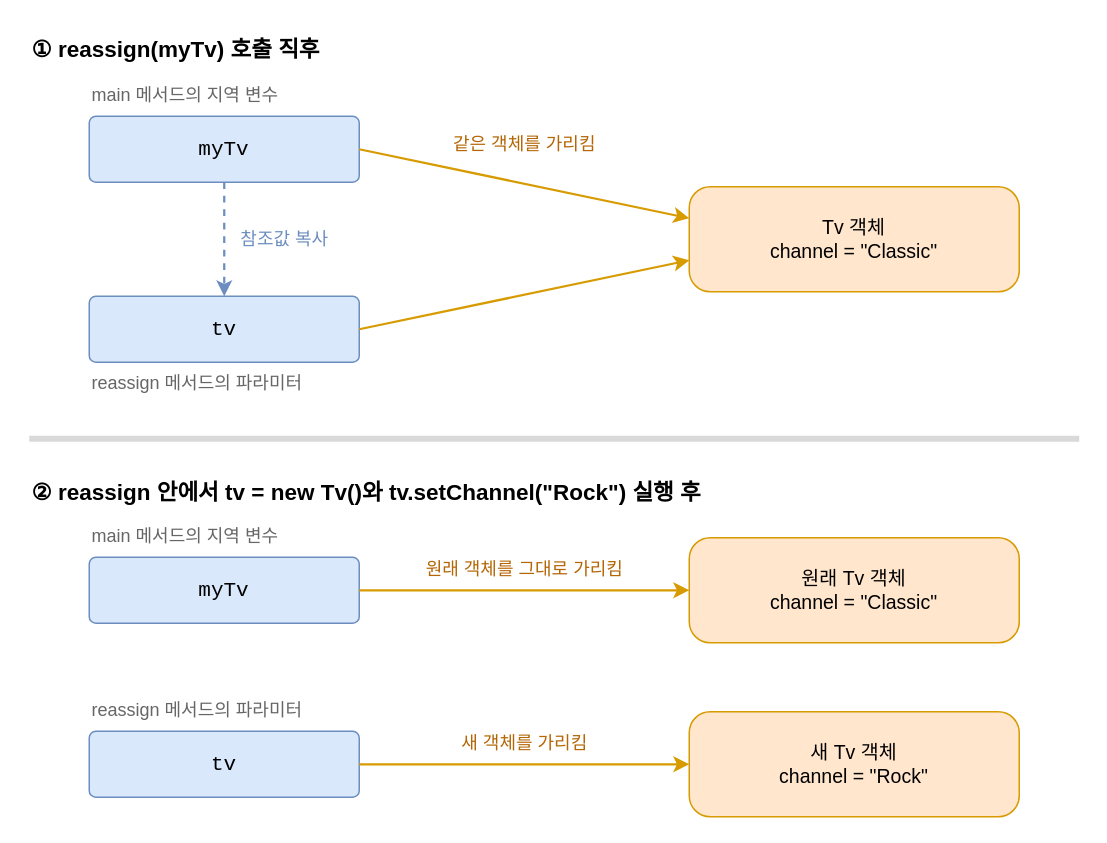
Earlier version of the draw.io diagram src/content/img/call-by-value/java-reassign.drawio (benelog/blog). Source tidied: cells renumbered, new cells numbered last; positions are measured from the earlier drawing's top-left corner, leaving out a move shared by most shapes. Both pictures are drawn from the tidied source at 150%, with x=0, y=0 at pixel (28, 26).
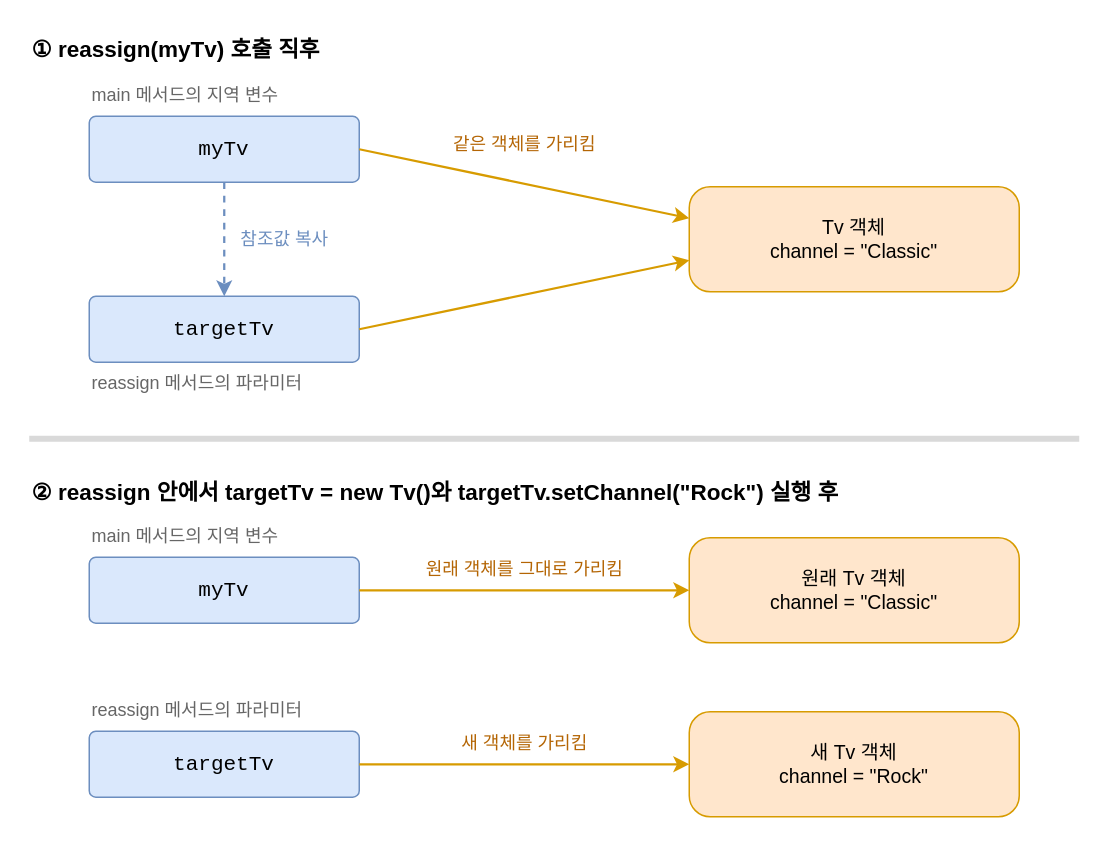
The same diagram, later.

Commit message (it also covers changes not shown here):
call-by-value 글의 reassign 파라미터 이름 변경

The edit, as a diff of the source:
```diff
@@
-    <mxCell id="5" value="tv" style="rounded=1;arcSize=10;whiteSpace=wrap;html=1;fontSize=14;fontFamily=Courier New;fillColor=#dae8fc;strokeColor=#6c8ebf;" parent="1" vertex="1">
+    <mxCell id="5" value="targetTv" style="rounded=1;arcSize=10;whiteSpace=wrap;html=1;fontSize=14;fontFamily=Courier New;fillColor=#dae8fc;strokeColor=#6c8ebf;" parent="1" vertex="1">
       <mxGeometry x="40" y="180" width="180" height="44" as="geometry" />
     </mxCell>
@@
-    <mxCell id="12" value="② reassign 안에서 tv = new Tv()와 tv.setChannel(&quot;Rock&quot;) 실행 후" style="text;html=1;fontSize=15;fontStyle=1;align=left;verticalAlign=middle;" parent="1" vertex="1">
+    <mxCell id="12" value="② reassign 안에서 targetTv = new Tv()와 targetTv.setChannel(&quot;Rock&quot;) 실행 후" style="text;html=1;fontSize=15;fontStyle=1;align=left;verticalAlign=middle;" parent="1" vertex="1">
       <mxGeometry y="295" width="700" height="30" as="geometry" />
     </mxCell>
@@
-    <mxCell id="18" value="tv" style="rounded=1;arcSize=10;whiteSpace=wrap;html=1;fontSize=14;fontFamily=Courier New;fillColor=#dae8fc;strokeColor=#6c8ebf;" parent="1" vertex="1">
+    <mxCell id="18" value="targetTv" style="rounded=1;arcSize=10;whiteSpace=wrap;html=1;fontSize=14;fontFamily=Courier New;fillColor=#dae8fc;strokeColor=#6c8ebf;" parent="1" vertex="1">
       <mxGeometry x="40" y="470" width="180" height="44" as="geometry" />
     </mxCell>
```
